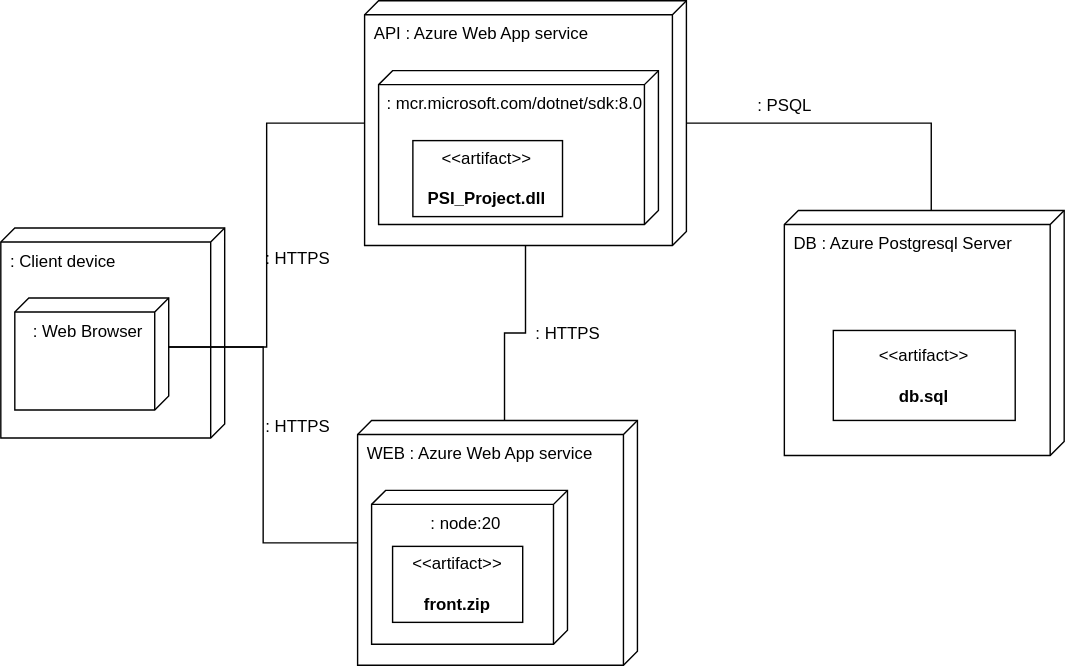
Before: lab4/viewpoints/deployment/deployment.svg, a diagram exported from draw.io (piatrashkakanstantinass/psi2). Source tidied: cells renumbered, new cells last; positions are measured from the earlier drawing's top-left corner, leaving out a move shared by most shapes. Its diagram source:
```xml
<mxGraphModel>
  <root>
    <mxCell id="0" />
    <mxCell id="1" parent="0" />
    <mxCell id="2" value="API : Azure Web App service" style="verticalAlign=top;align=left;shape=cube;size=10;direction=south;fontStyle=0;html=1;boundedLbl=1;spacingLeft=5;whiteSpace=wrap;" parent="1" vertex="1">
      <mxGeometry x="260" width="230" height="175" as="geometry" />
    </mxCell>
    <mxCell id="3" value=": mcr.microsoft.com/dotnet/sdk:8.0" style="verticalAlign=top;align=center;shape=cube;size=10;direction=south;html=1;boundedLbl=1;spacingLeft=5;whiteSpace=wrap;" parent="2" vertex="1">
      <mxGeometry width="200" height="110" relative="1" as="geometry">
        <mxPoint x="10" y="50" as="offset" />
      </mxGeometry>
    </mxCell>
    <mxCell id="4" value="&amp;lt;&amp;lt;artifact&amp;gt;&amp;gt;&lt;br&gt;&lt;br&gt;&lt;div&gt;&lt;b&gt;PSI_Project.dll&lt;/b&gt;&lt;/div&gt;" style="html=1;align=center;verticalAlign=middle;dashed=0;whiteSpace=wrap;" parent="2" vertex="1">
      <mxGeometry x="34.5" y="100" width="106.9" height="54.3" as="geometry" />
    </mxCell>
    <mxCell id="5" value="WEB : Azure Web App service" style="verticalAlign=top;align=left;shape=cube;size=10;direction=south;fontStyle=0;html=1;boundedLbl=1;spacingLeft=5;whiteSpace=wrap;" parent="1" vertex="1">
      <mxGeometry x="255" y="300" width="200" height="175" as="geometry" />
    </mxCell>
    <mxCell id="6" value=": node:20" style="verticalAlign=top;align=center;shape=cube;size=10;direction=south;html=1;boundedLbl=1;spacingLeft=5;whiteSpace=wrap;" parent="5" vertex="1">
      <mxGeometry width="140" height="110" relative="1" as="geometry">
        <mxPoint x="10" y="50" as="offset" />
      </mxGeometry>
    </mxCell>
    <mxCell id="7" value="&amp;lt;&amp;lt;artifact&amp;gt;&amp;gt;&lt;br&gt;&lt;br&gt;&lt;b&gt;front.zip&lt;/b&gt;" style="html=1;align=center;verticalAlign=middle;dashed=0;whiteSpace=wrap;" parent="5" vertex="1">
      <mxGeometry x="25" y="90" width="93" height="54.3" as="geometry" />
    </mxCell>
    <mxCell id="8" value="DB : Azure Postgresql Server" style="verticalAlign=top;align=left;shape=cube;size=10;direction=south;fontStyle=0;html=1;boundedLbl=1;spacingLeft=5;whiteSpace=wrap;" parent="1" vertex="1">
      <mxGeometry x="560" y="150" width="200" height="175" as="geometry" />
    </mxCell>
    <mxCell id="9" value="&amp;lt;&amp;lt;artifact&amp;gt;&amp;gt;&lt;br&gt;&lt;br&gt;&lt;b&gt;db.sql&lt;/b&gt;" style="html=1;align=center;verticalAlign=middle;dashed=0;whiteSpace=wrap;" parent="8" vertex="1">
      <mxGeometry x="35" y="85.7" width="130" height="64.3" as="geometry" />
    </mxCell>
    <mxCell id="10" style="edgeStyle=orthogonalEdgeStyle;rounded=0;jettySize=auto;html=1;entryX=0;entryY=0;entryDx=0;entryDy=95;entryPerimeter=0;endArrow=none;endFill=0;" parent="1" edge="1" source="2" target="8">
      <mxGeometry relative="1" as="geometry" />
    </mxCell>
    <mxCell id="11" value=": PSQL" style="text;html=1;align=center;verticalAlign=middle;strokeColor=none;fillColor=none;" parent="1" vertex="1">
      <mxGeometry x="530" y="60" width="60" height="30" as="geometry" />
    </mxCell>
    <mxCell id="12" style="edgeStyle=orthogonalEdgeStyle;rounded=0;jettySize=auto;html=1;entryX=0;entryY=0;entryDx=0;entryDy=95;entryPerimeter=0;endArrow=none;endFill=0;" parent="1" edge="1" source="2" target="5">
      <mxGeometry relative="1" as="geometry" />
    </mxCell>
    <mxCell id="13" value=": HTTPS" style="text;html=1;align=center;verticalAlign=middle;strokeColor=none;fillColor=none;" parent="1" vertex="1">
      <mxGeometry x="370" y="222.5" width="70" height="30" as="geometry" />
    </mxCell>
    <mxCell id="14" value=": Client device" style="verticalAlign=top;align=left;shape=cube;size=10;direction=south;fontStyle=0;html=1;boundedLbl=1;spacingLeft=5;whiteSpace=wrap;" parent="1" vertex="1">
      <mxGeometry y="162.5" width="160" height="150" as="geometry" />
    </mxCell>
    <mxCell id="15" value=": Web Browser" style="verticalAlign=top;align=center;shape=cube;size=10;direction=south;html=1;boundedLbl=1;spacingLeft=5;whiteSpace=wrap;" parent="14" vertex="1">
      <mxGeometry width="110" height="80" relative="1" as="geometry">
        <mxPoint x="10" y="50" as="offset" />
      </mxGeometry>
    </mxCell>
    <mxCell id="16" value=": HTTPS" style="text;html=1;align=center;verticalAlign=middle;strokeColor=none;fillColor=none;" parent="1" vertex="1">
      <mxGeometry x="177" y="290" width="70" height="30" as="geometry" />
    </mxCell>
    <mxCell id="17" value=": HTTPS" style="text;html=1;align=center;verticalAlign=middle;strokeColor=none;fillColor=none;" parent="1" vertex="1">
      <mxGeometry x="177" y="170" width="70" height="30" as="geometry" />
    </mxCell>
    <mxCell id="18" style="edgeStyle=orthogonalEdgeStyle;rounded=0;jettySize=auto;html=1;entryX=0;entryY=0;entryDx=35;entryDy=0;entryPerimeter=0;endArrow=none;endFill=0;" parent="1" edge="1" source="5" target="15">
      <mxGeometry relative="1" as="geometry" />
    </mxCell>
    <mxCell id="19" style="edgeStyle=orthogonalEdgeStyle;rounded=0;jettySize=auto;html=1;entryX=0;entryY=0;entryDx=35;entryDy=0;entryPerimeter=0;endArrow=none;endFill=0;" parent="1" edge="1" source="2" target="15">
      <mxGeometry relative="1" as="geometry" />
    </mxCell>
  </root>
</mxGraphModel>
```
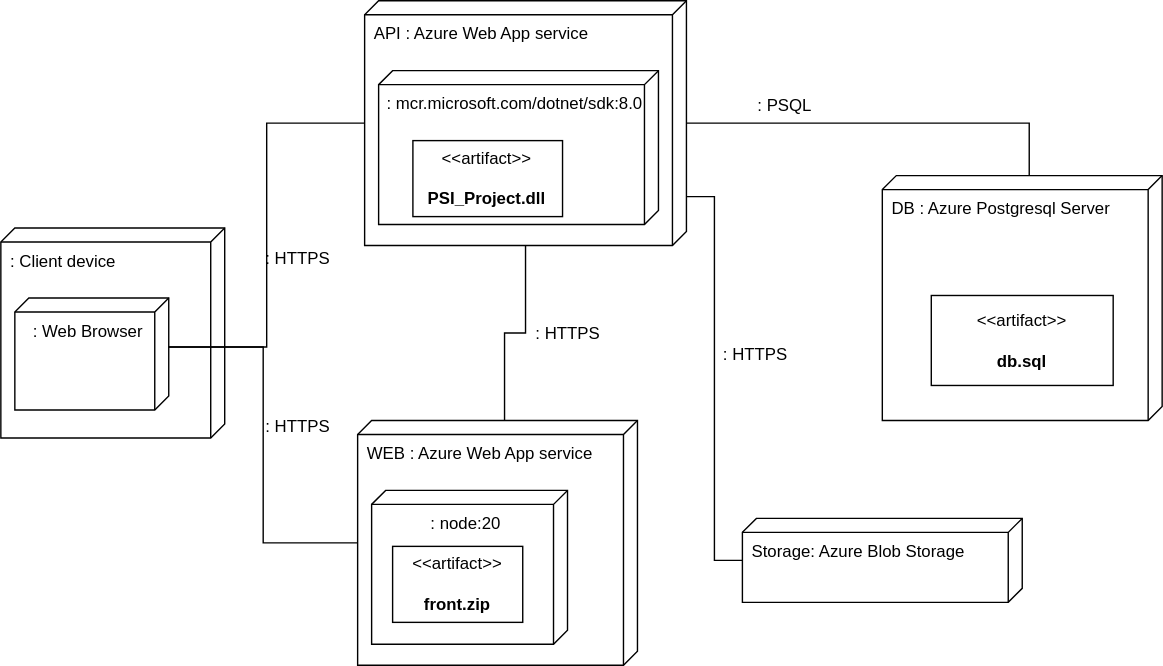
After the commit.

Commit message:
Add perspectives, artifact-component diagram

The edit, as a diff of the source:
```diff
@@ -25,7 +25,7 @@
       <mxGeometry x="25" y="90" width="93" height="54.3" as="geometry" />
     </mxCell>
     <mxCell id="8" value="DB : Azure Postgresql Server" style="verticalAlign=top;align=left;shape=cube;size=10;direction=south;fontStyle=0;html=1;boundedLbl=1;spacingLeft=5;whiteSpace=wrap;" parent="1" vertex="1">
-      <mxGeometry x="560" y="150" width="200" height="175" as="geometry" />
+      <mxGeometry x="630" y="125" width="200" height="175" as="geometry" />
     </mxCell>
     <mxCell id="9" value="&amp;lt;&amp;lt;artifact&amp;gt;&amp;gt;&lt;br&gt;&lt;br&gt;&lt;b&gt;db.sql&lt;/b&gt;" style="html=1;align=center;verticalAlign=middle;dashed=0;whiteSpace=wrap;" parent="8" vertex="1">
       <mxGeometry x="35" y="85.7" width="130" height="64.3" as="geometry" />
@@ -62,5 +62,14 @@
     <mxCell id="19" style="edgeStyle=orthogonalEdgeStyle;rounded=0;jettySize=auto;html=1;entryX=0;entryY=0;entryDx=35;entryDy=0;entryPerimeter=0;endArrow=none;endFill=0;" parent="1" edge="1" source="2" target="15">
       <mxGeometry relative="1" as="geometry" />
     </mxCell>
+    <mxCell id="20" value="Storage: Azure Blob Storage" style="verticalAlign=top;align=left;shape=cube;size=10;direction=south;fontStyle=0;html=1;boundedLbl=1;spacingLeft=5;whiteSpace=wrap;" parent="1" vertex="1">
+      <mxGeometry x="530" y="370" width="200" height="60" as="geometry" />
+    </mxCell>
+    <mxCell id="21" style="edgeStyle=orthogonalEdgeStyle;rounded=0;jettySize=auto;html=1;entryX=0.8;entryY=0;entryDx=0;entryDy=0;entryPerimeter=0;endArrow=none;endFill=0;" parent="1" edge="1" source="20" target="2">
+      <mxGeometry relative="1" as="geometry" />
+    </mxCell>
+    <mxCell id="22" value=": HTTPS" style="text;html=1;align=center;verticalAlign=middle;strokeColor=none;fillColor=none;" parent="1" vertex="1">
+      <mxGeometry x="504" y="238" width="70" height="30" as="geometry" />
+    </mxCell>
   </root>
 </mxGraphModel>
```
